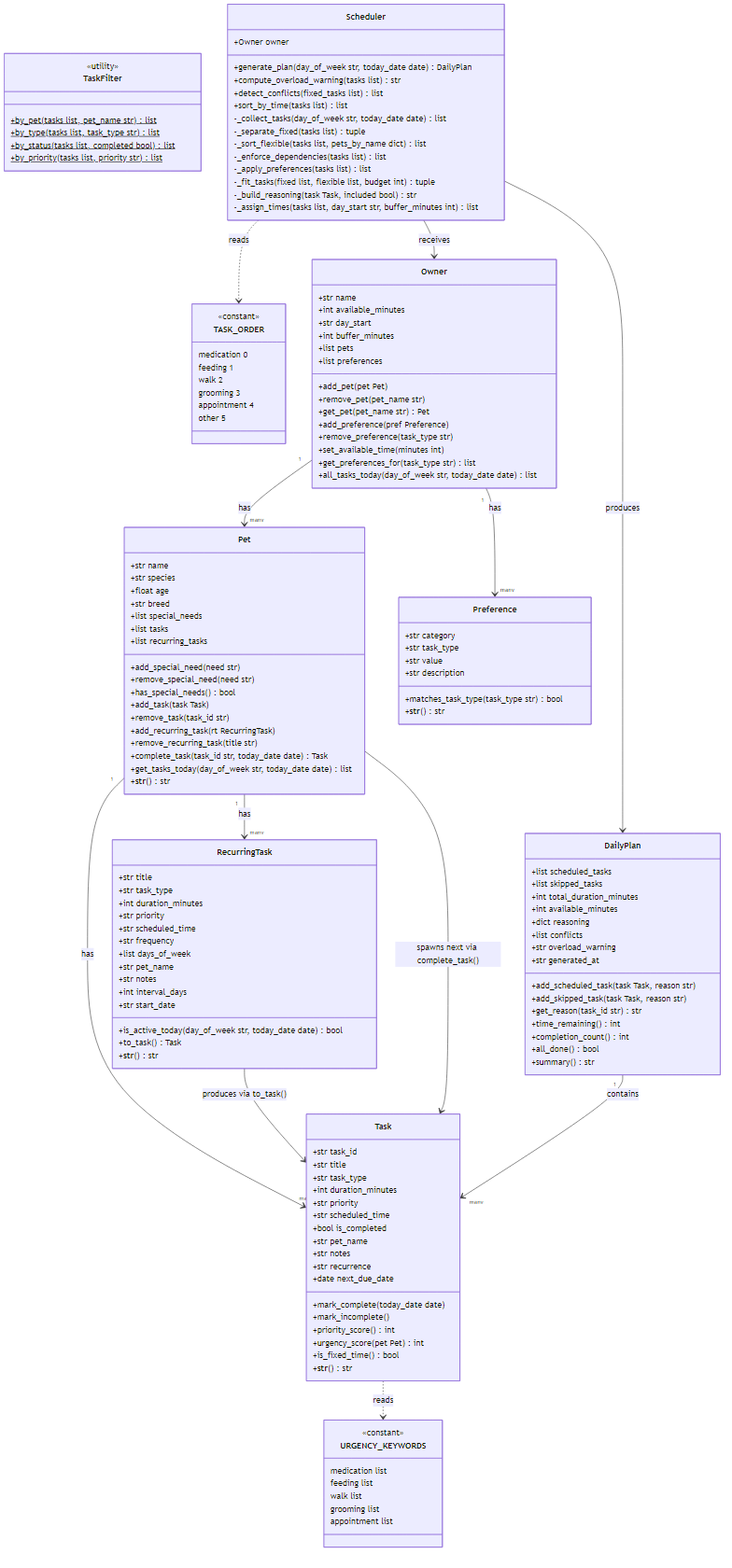
Earlier version of the Mermaid export uml_final.png (princymaheshwari/PawPal). Its source is kept beside it as uml_final.mmd. Its diagram source:
```mermaid
classDiagram
    class URGENCY_KEYWORDS {
        <<constant>>
        medication list
        feeding list
        walk list
        grooming list
        appointment list
    }

    class TASK_ORDER {
        <<constant>>
        medication 0
        feeding 1
        walk 2
        grooming 3
        appointment 4
        other 5
    }

    class Pet {
        +str name
        +str species
        +float age
        +str breed
        +list special_needs
        +list tasks
        +list recurring_tasks
        +add_special_need(need str)
        +remove_special_need(need str)
        +has_special_needs() bool
        +add_task(task Task)
        +remove_task(task_id str)
        +add_recurring_task(rt RecurringTask)
        +remove_recurring_task(title str)
        +complete_task(task_id str, today_date date) Task
        +get_tasks_today(day_of_week str, today_date date) list
        +__str__() str
    }

    class Task {
        +str task_id
        +str title
        +str task_type
        +int duration_minutes
        +str priority
        +str scheduled_time
        +bool is_completed
        +str pet_name
        +str notes
        +str recurrence
        +date next_due_date
        +mark_complete(today_date date)
        +mark_incomplete()
        +priority_score() int
        +urgency_score(pet Pet) int
        +is_fixed_time() bool
        +__str__() str
    }

    class RecurringTask {
        +str title
        +str task_type
        +int duration_minutes
        +str priority
        +str scheduled_time
        +str frequency
        +list days_of_week
        +str pet_name
        +str notes
        +int interval_days
        +str start_date
        +is_active_today(day_of_week str, today_date date) bool
        +to_task() Task
        +__str__() str
    }

    class Preference {
        +str category
        +str task_type
        +str value
        +str description
        +matches_task_type(task_type str) bool
        +__str__() str
    }

    class Owner {
        +str name
        +int available_minutes
        +str day_start
        +int buffer_minutes
        +list pets
        +list preferences
        +add_pet(pet Pet)
        +remove_pet(pet_name str)
        +get_pet(pet_name str) Pet
        +add_preference(pref Preference)
        +remove_preference(task_type str)
        +set_available_time(minutes int)
        +get_preferences_for(task_type str) list
        +all_tasks_today(day_of_week str, today_date date) list
    }

    class DailyPlan {
        +list scheduled_tasks
        +list skipped_tasks
        +int total_duration_minutes
        +int available_minutes
        +dict reasoning
        +list conflicts
        +str overload_warning
        +str generated_at
        +add_scheduled_task(task Task, reason str)
        +add_skipped_task(task Task, reason str)
        +get_reason(task_id str) str
        +time_remaining() int
        +completion_count() int
        +all_done() bool
        +summary() str
    }

    class TaskFilter {
        <<utility>>
        +by_pet(tasks list, pet_name str)$ list
        +by_type(tasks list, task_type str)$ list
        +by_status(tasks list, completed bool)$ list
        +by_priority(tasks list, priority str)$ list
    }

    class Scheduler {
        +Owner owner
        +generate_plan(day_of_week str, today_date date) DailyPlan
        +compute_overload_warning(tasks list) str
        +detect_conflicts(fixed_tasks list) list
        +sort_by_time(tasks list) list
        -_collect_tasks(day_of_week str, today_date date) list
        -_separate_fixed(tasks list) tuple
        -_sort_flexible(tasks list, pets_by_name dict) list
        -_enforce_dependencies(tasks list) list
        -_apply_preferences(tasks list) list
        -_fit_tasks(fixed list, flexible list, budget int) tuple
        -_build_reasoning(task Task, included bool) str
        -_assign_times(tasks list, day_start str, buffer_minutes int) list
    }

    Owner "1" --> "many" Pet : has
    Owner "1" --> "many" Preference : has
    Pet "1" --> "many" Task : has
    Pet "1" --> "many" RecurringTask : has
    RecurringTask --> Task : produces via to_task()
    Pet --> Task : spawns next via complete_task()
    Scheduler --> Owner : receives
    Scheduler --> DailyPlan : produces
    DailyPlan "1" --> "many" Task : contains
    Task ..> URGENCY_KEYWORDS : reads
    Scheduler ..> TASK_ORDER : reads
```
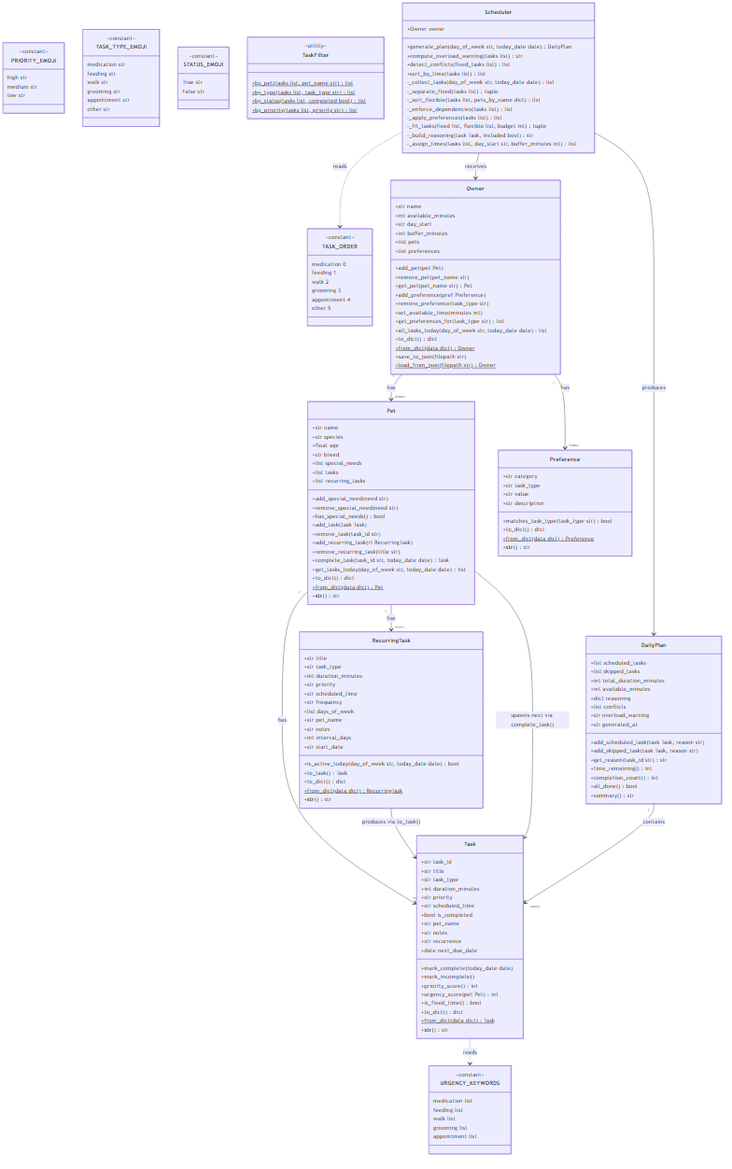
After the change.

The edit, as a diff of the source:
```diff
@@ -18,6 +18,29 @@
         other 5
     }
 
+    class PRIORITY_EMOJI {
+        <<constant>>
+        high str
+        medium str
+        low str
+    }
+
+    class TASK_TYPE_EMOJI {
+        <<constant>>
+        medication str
+        feeding str
+        walk str
+        grooming str
+        appointment str
+        other str
+    }
+
+    class STATUS_EMOJI {
+        <<constant>>
+        True str
+        False str
+    }
+
     class Pet {
         +str name
         +str species
@@ -35,6 +58,8 @@
         +remove_recurring_task(title str)
         +complete_task(task_id str, today_date date) Task
         +get_tasks_today(day_of_week str, today_date date) list
+        +to_dict() dict
+        +from_dict(data dict)$ Pet
         +__str__() str
     }
 
@@ -55,6 +80,8 @@
         +priority_score() int
         +urgency_score(pet Pet) int
         +is_fixed_time() bool
+        +to_dict() dict
+        +from_dict(data dict)$ Task
         +__str__() str
     }
 
@@ -72,6 +99,8 @@
         +str start_date
         +is_active_today(day_of_week str, today_date date) bool
         +to_task() Task
+        +to_dict() dict
+        +from_dict(data dict)$ RecurringTask
         +__str__() str
     }
 
@@ -81,6 +110,8 @@
         +str value
         +str description
         +matches_task_type(task_type str) bool
+        +to_dict() dict
+        +from_dict(data dict)$ Preference
         +__str__() str
     }
 
@@ -99,6 +130,10 @@
         +set_available_time(minutes int)
         +get_preferences_for(task_type str) list
         +all_tasks_today(day_of_week str, today_date date) list
+        +to_dict() dict
+        +from_dict(data dict)$ Owner
+        +save_to_json(filepath str)
+        +load_from_json(filepath str)$ Owner
     }
 
     class DailyPlan {
```
